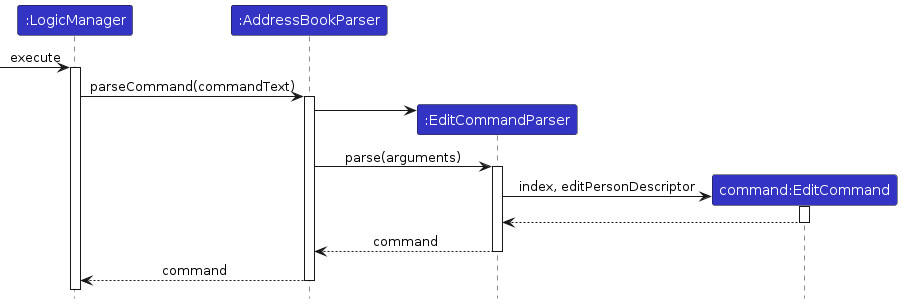
Earlier version of the PlantUML export diagrams/tracing/LogicSequenceDiagram.png (AaronJT1/tp). Its source is kept beside it as diagrams/tracing/LogicSequenceDiagram.puml.
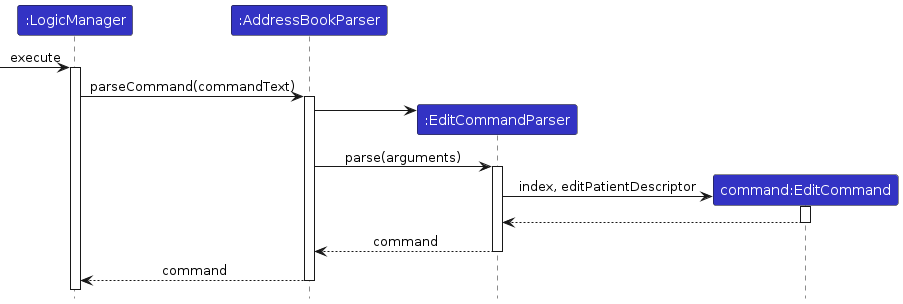
Above is the later version.

Change to the diagram source:
```diff
@@ -14,7 +14,7 @@
 abp -> ecp
 abp -> ecp ++: parse(arguments)
 create ec
-ecp -> ec ++: index, editPersonDescriptor
+ecp -> ec ++: index, editPatientDescriptor
 ec --> ecp --
 ecp --> abp --: command
 abp --> logic --: command
```
